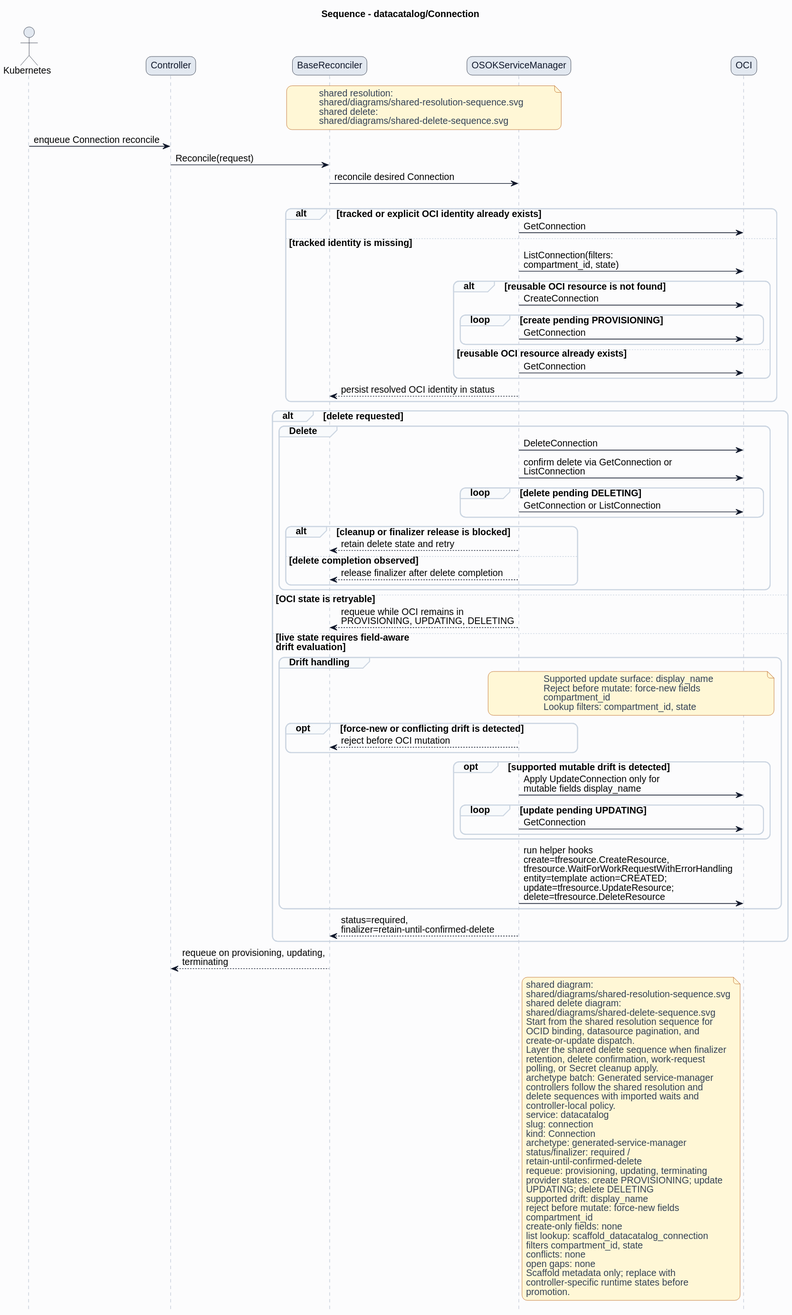
HaoyL666/oci-service-operator keeps this PlantUML diagram as formal/controllers/datacatalog/connection/diagrams/sequence.svg. Above is the earlier version.
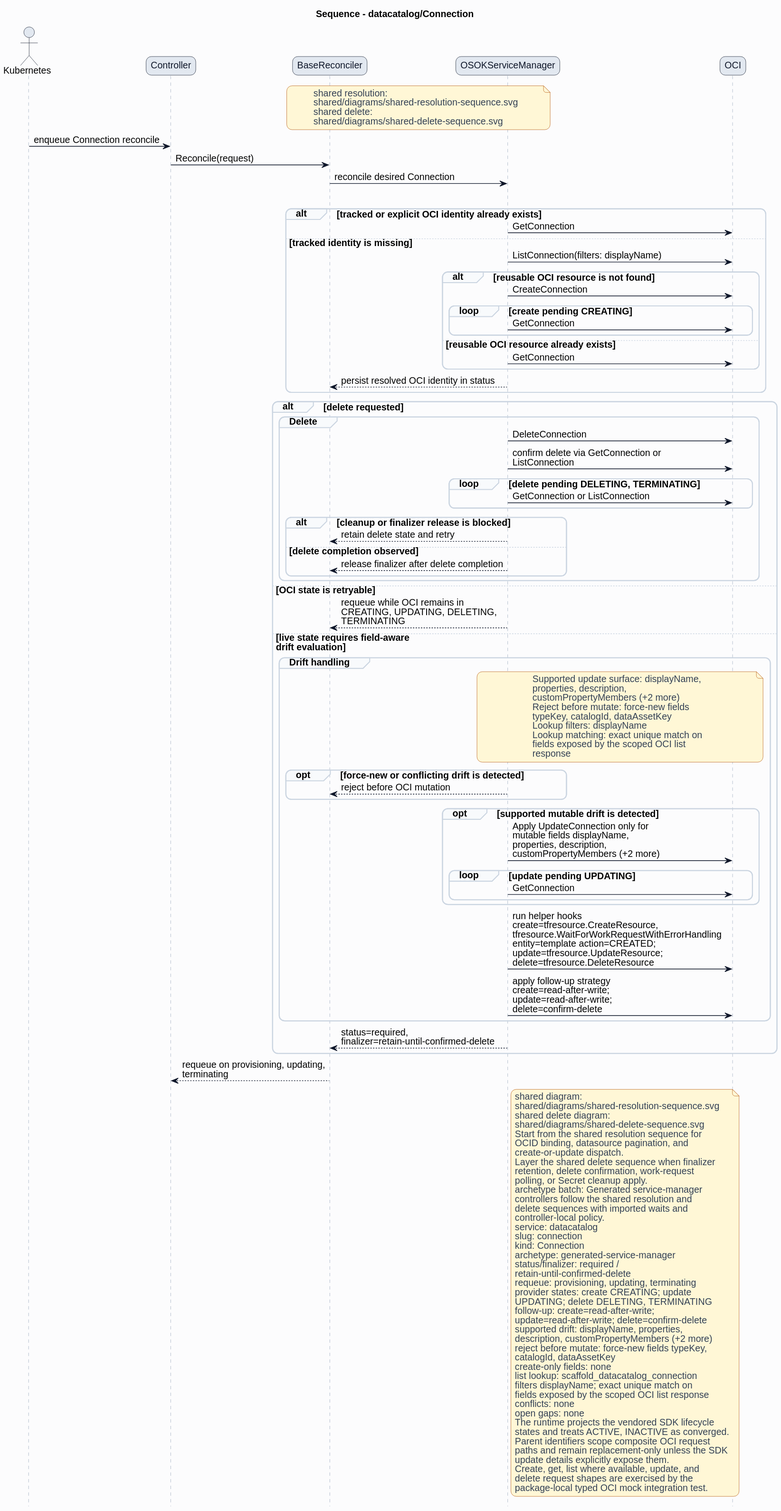
The same diagram one commit later.

What changed in the source:
```diff
@@ -38,10 +38,10 @@
 alt tracked or explicit OCI identity already exists
 ServiceManager -> OCI: GetConnection
 else tracked identity is missing
-ServiceManager -> OCI: ListConnection(filters:\ncompartment_id, state)
+ServiceManager -> OCI: ListConnection(filters: displayName)
 alt reusable OCI resource is not found
 ServiceManager -> OCI: CreateConnection
-loop create pending PROVISIONING
+loop create pending CREATING
 ServiceManager -> OCI: GetConnection
 end
 else reusable OCI resource already exists
@@ -53,7 +53,7 @@
 group Delete
 ServiceManager -> OCI: DeleteConnection
 ServiceManager -> OCI: confirm delete via GetConnection or\nListConnection
-loop delete pending DELETING
+loop delete pending DELETING, TERMINATING
 ServiceManager -> OCI: GetConnection or ListConnection
 end
 alt cleanup or finalizer release is blocked
@@ -63,25 +63,31 @@
 end
 end
 else OCI state is retryable
-ServiceManager --> BaseReconciler: requeue while OCI remains in\nPROVISIONING, UPDATING, DELETING
+ServiceManager --> BaseReconciler: requeue while OCI remains in\nCREATING, UPDATING, DELETING,\nTERMINATING
 else live state requires field-aware\ndrift evaluation
 group Drift handling
 note over ServiceManager,OCI
-Supported update surface: display_name
+Supported update surface: displayName,
+properties, description,
+customPropertyMembers (+2 more)
 Reject before mutate: force-new fields
-compartment_id
-Lookup filters: compartment_id, state
+typeKey, catalogId, dataAssetKey
+Lookup filters: displayName
+Lookup matching: exact unique match on
+fields exposed by the scoped OCI list
+response
 end note
 opt force-new or conflicting drift is detected
 ServiceManager --> BaseReconciler: reject before OCI mutation
 end
 opt supported mutable drift is detected
-ServiceManager -> OCI: Apply UpdateConnection only for\nmutable fields display_name
+ServiceManager -> OCI: Apply UpdateConnection only for\nmutable fields displayName,\nproperties, description,\ncustomPropertyMembers (+2 more)
 loop update pending UPDATING
 ServiceManager -> OCI: GetConnection
 end
 end
 ServiceManager -> OCI: run helper hooks\ncreate=tfresource.CreateResource,\ntfresource.WaitForWorkRequestWithErrorHandling\nentity=template action=CREATED;\nupdate=tfresource.UpdateResource;\ndelete=tfresource.DeleteResource
+ServiceManager -> OCI: apply follow-up strategy\ncreate=read-after-write;\nupdate=read-after-write;\ndelete=confirm-delete
 end
 ServiceManager --> BaseReconciler: status=required,\nfinalizer=retain-until-confirmed-delete
 end
@@ -108,18 +114,27 @@
 status/finalizer: required /
 retain-until-confirmed-delete
 requeue: provisioning, updating, terminating
-provider states: create PROVISIONING; update
-UPDATING; delete DELETING
-supported drift: display_name
-reject before mutate: force-new fields
-compartment_id
+provider states: create CREATING; update
+UPDATING; delete DELETING, TERMINATING
+follow-up: create=read-after-write;
+update=read-after-write; delete=confirm-delete
+supported drift: displayName, properties,
+description, customPropertyMembers (+2 more)
+reject before mutate: force-new fields typeKey,
+catalogId, dataAssetKey
 create-only fields: none
 list lookup: scaffold_datacatalog_connection
-filters compartment_id, state
+filters displayName; exact unique match on
+fields exposed by the scoped OCI list response
 conflicts: none
 open gaps: none
-Scaffold metadata only; replace with
-controller-specific runtime states before
-promotion.
+The runtime projects the vendored SDK lifecycle
+states and treats ACTIVE, INACTIVE as converged.
+Parent identifiers scope composite OCI request
+paths and remain replacement-only unless the SDK
+update details explicitly expose them.
+Create, get, list where available, update, and
+delete request shapes are exercised by the
+package-local typed OCI mock integration test.
 end note
 @enduml
```
